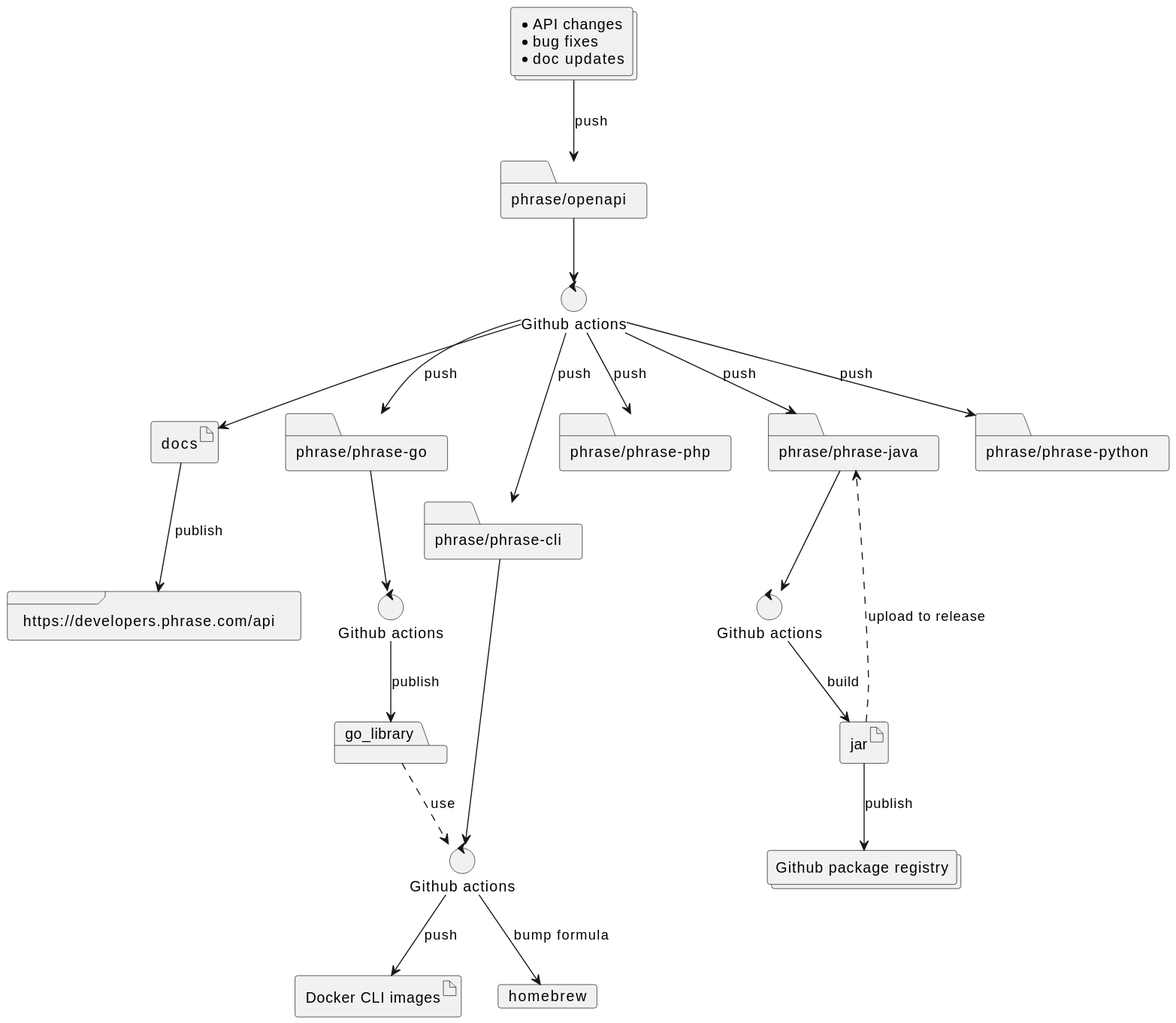
Before: docs/openapi workflow.svg, a diagram exported from PlantUML (phrase/openapi). Its diagram source:
```plantuml
@startuml "openapi workflow"

collections "* API changes\n* bug fixes\n*doc updates" as changes
folder "phrase/openapi" as openapi
control "Github actions" as actions

artifact docs
frame "https://developers.phrase.com/api" as developers

folder "phrase/phrase-go" as go
folder "phrase/phrase-cli" as cli
folder "phrase/phrase-php" as php
folder "phrase/phrase-java" as java
folder "phrase/phrase-python" as python

control "Github actions" as go_actions
control "Github actions" as build_cli
control "Github actions" as build_java
package go_library
artifact "Docker CLI images" as docker_images
artifact jar
card homebrew
collections "Github package registry" as github_package_registry

changes --> openapi : push
openapi-->actions
actions --> docs
docs --> developers : publish
actions --> go : push
actions --> php : push
actions --> java : push
actions --> python : push
actions --> cli : push
go --> go_actions
go_actions --> go_library : publish
cli --> build_cli
go_library ..> build_cli : use
build_cli --> homebrew : bump formula
build_cli --> docker_images : push
java --> build_java
build_java --> jar : build
jar ..> java : upload to release
jar --> github_package_registry : publish

@enduml
```
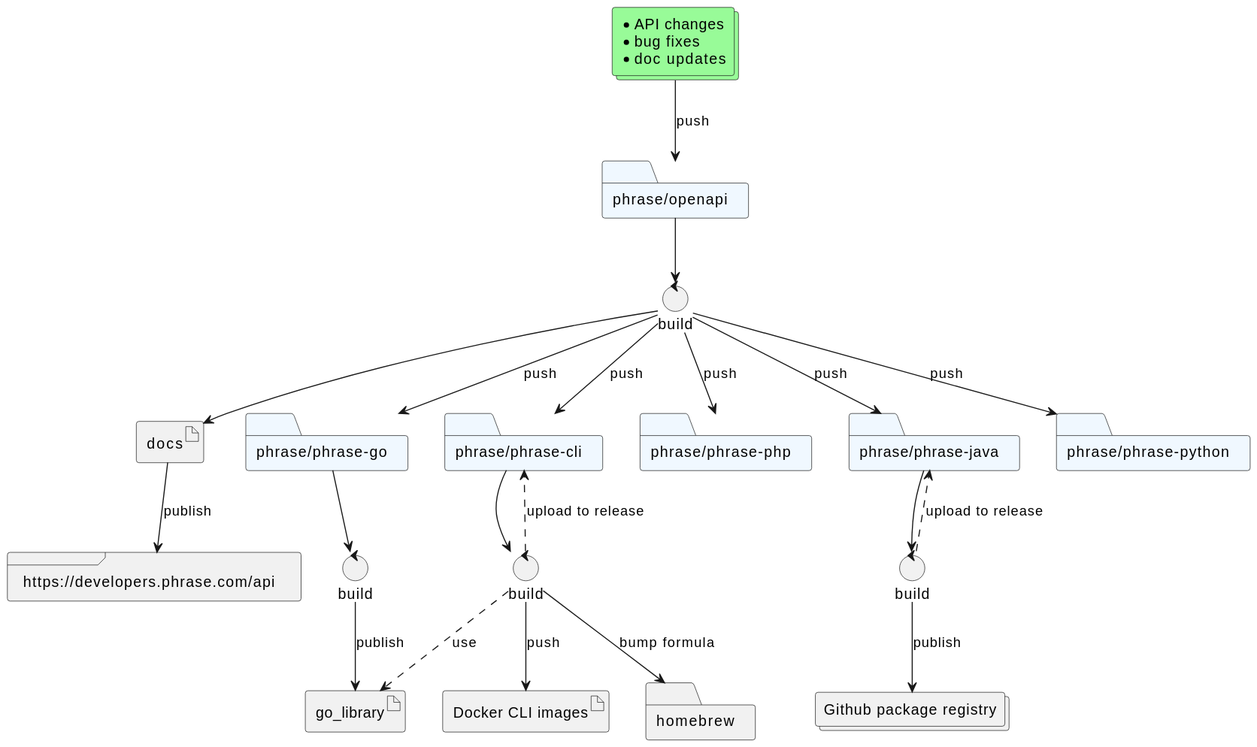
The same diagram one commit later.

Change to the diagram source:
```diff
@@ -1,25 +1,24 @@
 @startuml "openapi workflow"
 
-collections "* API changes\n* bug fixes\n*doc updates" as changes
-folder "phrase/openapi" as openapi
-control "Github actions" as actions
+collections "* API changes\n* bug fixes\n* doc updates" as changes #PaleGreen
+folder "phrase/openapi" as openapi #AliceBlue
+control "build" as actions
 
 artifact docs
 frame "https://developers.phrase.com/api" as developers
 
-folder "phrase/phrase-go" as go
-folder "phrase/phrase-cli" as cli
-folder "phrase/phrase-php" as php
-folder "phrase/phrase-java" as java
-folder "phrase/phrase-python" as python
+folder "phrase/phrase-go" as go #AliceBlue
+folder "phrase/phrase-cli" as cli #AliceBlue
+folder "phrase/phrase-php" as php #AliceBlue
+folder "phrase/phrase-java" as java #AliceBlue
+folder "phrase/phrase-python" as python #AliceBlue
 
-control "Github actions" as go_actions
-control "Github actions" as build_cli
-control "Github actions" as build_java
-package go_library
+control "build" as go_actions
+control "build" as build_cli
+control "build" as build_java
+artifact go_library
 artifact "Docker CLI images" as docker_images
-artifact jar
-card homebrew
+folder homebrew
 collections "Github package registry" as github_package_registry
 
 changes --> openapi : push
@@ -34,12 +33,12 @@
 go --> go_actions
 go_actions --> go_library : publish
 cli --> build_cli
-go_library ..> build_cli : use
+build_cli ..> go_library : use
 build_cli --> homebrew : bump formula
 build_cli --> docker_images : push
+build_cli ..> cli : upload to release
 java --> build_java
-build_java --> jar : build
-jar ..> java : upload to release
-jar --> github_package_registry : publish
+build_java ..> java : upload to release
+build_java --> github_package_registry : publish
 
 @enduml
```
